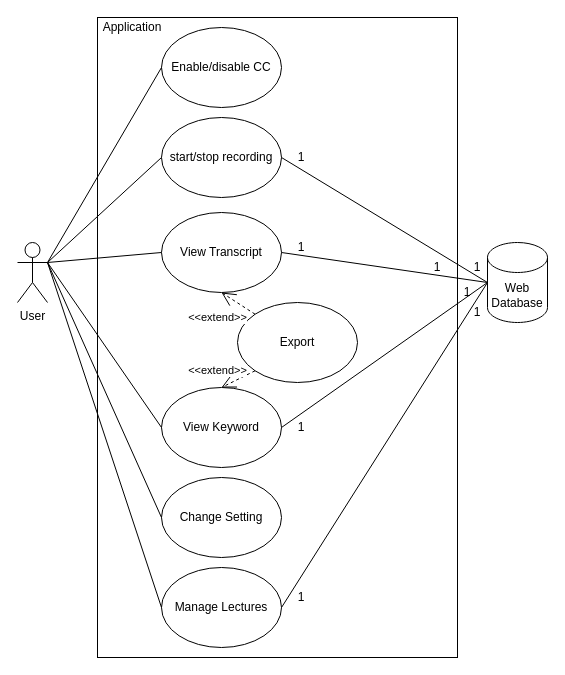
This is use case diagram.drawio from demandingfawn/Lecture-Listener, a draw.io file, before an edit. Source tidied: cells renumbered, new cells numbered last; positions are measured from the earlier drawing's top-left corner, leaving out a move shared by most shapes. Both pictures are drawn from the tidied source at 100%, with x=0, y=0 at pixel (17, 17).
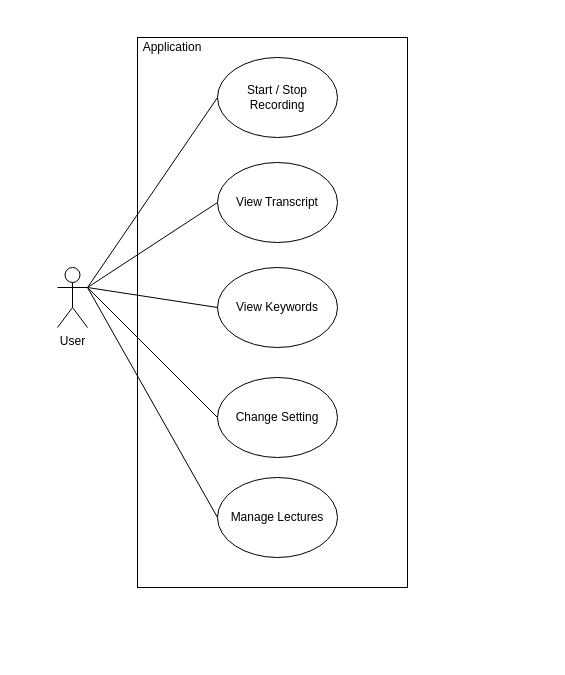
After the change.

Change to the diagram source:
```diff
@@
     <mxCell id="2" value="&lt;div&gt;User&lt;/div&gt;" style="shape=umlActor;verticalLabelPosition=bottom;verticalAlign=top;html=1;outlineConnect=0;" parent="1" vertex="1">
-      <mxGeometry y="225" width="30" height="60" as="geometry" />
+      <mxGeometry x="40" y="250" width="30" height="60" as="geometry" />
     </mxCell>
     <mxCell id="3" style="rounded=0;whiteSpace=wrap;html=1;" parent="1" vertex="1">
-      <mxGeometry x="80" width="360" height="640" as="geometry" />
+      <mxGeometry x="120" y="20" width="270" height="550" as="geometry" />
     </mxCell>
-    <mxCell id="4" value="Enable/disable CC" style="ellipse;whiteSpace=wrap;html=1;" parent="1" vertex="1">
-      <mxGeometry x="144" y="10" width="120" height="80" as="geometry" />
-    </mxCell>
     <mxCell id="5" value="View Transcript" style="ellipse;whiteSpace=wrap;html=1;" parent="1" vertex="1">
-      <mxGeometry x="144" y="195" width="120" height="80" as="geometry" />
+      <mxGeometry x="200" y="145" width="120" height="80" as="geometry" />
     </mxCell>
-    <mxCell id="6" value="View Keyword" style="ellipse;whiteSpace=wrap;html=1;" parent="1" vertex="1">
-      <mxGeometry x="144" y="370" width="120" height="80" as="geometry" />
+    <mxCell id="6" value="&lt;div&gt;View Keywords&lt;/div&gt;" style="ellipse;whiteSpace=wrap;html=1;" parent="1" vertex="1">
+      <mxGeometry x="200" y="250" width="120" height="80" as="geometry" />
     </mxCell>
-    <mxCell id="7" value="&lt;div&gt;Export&lt;/div&gt;" style="ellipse;whiteSpace=wrap;html=1;" parent="1" vertex="1">
-      <mxGeometry x="220" y="285" width="120" height="80" as="geometry" />
-    </mxCell>
     <mxCell id="8" value="&lt;div&gt;Change Setting&lt;/div&gt;" style="ellipse;whiteSpace=wrap;html=1;" parent="1" vertex="1">
-      <mxGeometry x="144" y="460" width="120" height="80" as="geometry" />
+      <mxGeometry x="200" y="360" width="120" height="80" as="geometry" />
     </mxCell>
     <mxCell id="9" value="Manage Lectures" style="ellipse;whiteSpace=wrap;html=1;" parent="1" vertex="1">
-      <mxGeometry x="144" y="550" width="120" height="80" as="geometry" />
+      <mxGeometry x="200" y="460" width="120" height="80" as="geometry" />
     </mxCell>
     <mxCell id="10" value="Application" style="text;html=1;strokeColor=none;fillColor=none;align=center;verticalAlign=middle;whiteSpace=wrap;rounded=0;" parent="1" vertex="1">
-      <mxGeometry x="80" width="70" height="20" as="geometry" />
+      <mxGeometry x="120" y="20" width="70" height="20" as="geometry" />
     </mxCell>
-    <mxCell id="11" value="&amp;lt;&amp;lt;extend&amp;gt;&amp;gt;" style="endArrow=open;endSize=12;dashed=1;html=1;exitX=0;exitY=1;exitDx=0;exitDy=0;entryX=0.5;entryY=0;entryDx=0;entryDy=0;" parent="1" edge="1" source="7" target="6">
-      <mxGeometry x="0.79" y="-17" relative="1" as="geometry" />
-    </mxCell>
-    <mxCell id="12" value="&amp;lt;&amp;lt;extend&amp;gt;&amp;gt;" style="endArrow=open;endSize=12;dashed=1;html=1;exitX=0;exitY=0;exitDx=0;exitDy=0;entryX=0.5;entryY=1;entryDx=0;entryDy=0;" parent="1" edge="1" source="7" target="5">
-      <mxGeometry x="0.49" y="23" relative="1" as="geometry" />
-    </mxCell>
-    <mxCell id="13" style="endArrow=none;html=1;entryX=0;entryY=0.5;entryDx=0;entryDy=0;exitX=1;exitY=0.3333333333333333;exitDx=0;exitDy=0;exitPerimeter=0;" parent="1" edge="1" source="2" target="4">
-      <mxGeometry relative="1" as="geometry" />
-    </mxCell>
@@
-    <mxCell id="18" value="Web Database" style="shape=cylinder3;whiteSpace=wrap;html=1;boundedLbl=1;backgroundOutline=1;size=15;" parent="1" vertex="1">
-      <mxGeometry x="470" y="225" width="60" height="80" as="geometry" />
-    </mxCell>
-    <mxCell id="19" style="endArrow=none;html=1;exitX=1;exitY=0.5;exitDx=0;exitDy=0;" parent="1" edge="1" source="6">
-      <mxGeometry relative="1" as="geometry">
-        <mxPoint x="470" y="265" as="targetPoint" />
-      </mxGeometry>
-    </mxCell>
-    <mxCell id="20" value="&lt;div&gt;1&lt;/div&gt;" style="text;html=1;strokeColor=none;fillColor=none;align=center;verticalAlign=middle;whiteSpace=wrap;rounded=0;" parent="1" vertex="1">
-      <mxGeometry x="440" y="240" width="40" height="20" as="geometry" />
-    </mxCell>
-    <mxCell id="21" value="&lt;div&gt;1&lt;/div&gt;" style="text;html=1;strokeColor=none;fillColor=none;align=center;verticalAlign=middle;whiteSpace=wrap;rounded=0;" parent="1" vertex="1">
-      <mxGeometry x="440" y="285" width="40" height="20" as="geometry" />
-    </mxCell>
-    <mxCell id="22" value="1" style="text;html=1;strokeColor=none;fillColor=none;align=center;verticalAlign=middle;whiteSpace=wrap;rounded=0;" parent="1" vertex="1">
-      <mxGeometry x="400" y="240" width="40" height="20" as="geometry" />
-    </mxCell>
-    <mxCell id="23" value="start/stop recording" style="ellipse;whiteSpace=wrap;html=1;" parent="1" vertex="1">
-      <mxGeometry x="144" y="100" width="120" height="80" as="geometry" />
+    <mxCell id="23" value="Start / Stop Recording" style="ellipse;whiteSpace=wrap;html=1;" parent="1" vertex="1">
+      <mxGeometry x="200" y="40" width="120" height="80" as="geometry" />
     </mxCell>
@@
-    <mxCell id="25" style="endArrow=none;html=1;exitX=1;exitY=0.5;exitDx=0;exitDy=0;entryX=0;entryY=0.5;entryDx=0;entryDy=0;entryPerimeter=0;" parent="1" edge="1" source="23" target="18">
-      <mxGeometry relative="1" as="geometry" />
-    </mxCell>
-    <mxCell id="26" style="endArrow=none;html=1;exitX=1;exitY=0.5;exitDx=0;exitDy=0;entryX=0;entryY=0.5;entryDx=0;entryDy=0;entryPerimeter=0;" parent="1" edge="1" source="9" target="18">
-      <mxGeometry relative="1" as="geometry" />
-    </mxCell>
-    <mxCell id="27" value="1" style="text;html=1;strokeColor=none;fillColor=none;align=center;verticalAlign=middle;whiteSpace=wrap;rounded=0;" parent="1" vertex="1">
-      <mxGeometry x="264" y="130" width="40" height="20" as="geometry" />
-    </mxCell>
-    <mxCell id="28" value="1" style="text;html=1;strokeColor=none;fillColor=none;align=center;verticalAlign=middle;whiteSpace=wrap;rounded=0;" parent="1" vertex="1">
-      <mxGeometry x="264" y="570" width="40" height="20" as="geometry" />
-    </mxCell>
-    <mxCell id="29" value="&lt;div&gt;1&lt;/div&gt;" style="text;html=1;strokeColor=none;fillColor=none;align=center;verticalAlign=middle;whiteSpace=wrap;rounded=0;" parent="1" vertex="1">
-      <mxGeometry x="430" y="265" width="40" height="20" as="geometry" />
-    </mxCell>
-    <mxCell id="30" style="endArrow=none;html=1;entryX=1;entryY=0.5;entryDx=0;entryDy=0;exitX=1;exitY=0;exitDx=0;exitDy=0;" parent="1" edge="1" source="29" target="5">
-      <mxGeometry relative="1" as="geometry" />
-    </mxCell>
-    <mxCell id="31" value="1" style="text;html=1;strokeColor=none;fillColor=none;align=center;verticalAlign=middle;whiteSpace=wrap;rounded=0;" parent="1" vertex="1">
-      <mxGeometry x="264" y="220" width="40" height="20" as="geometry" />
-    </mxCell>
-    <mxCell id="32" value="1" style="text;html=1;strokeColor=none;fillColor=none;align=center;verticalAlign=middle;whiteSpace=wrap;rounded=0;" parent="1" vertex="1">
-      <mxGeometry x="264" y="400" width="40" height="20" as="geometry" />
-    </mxCell>
```
